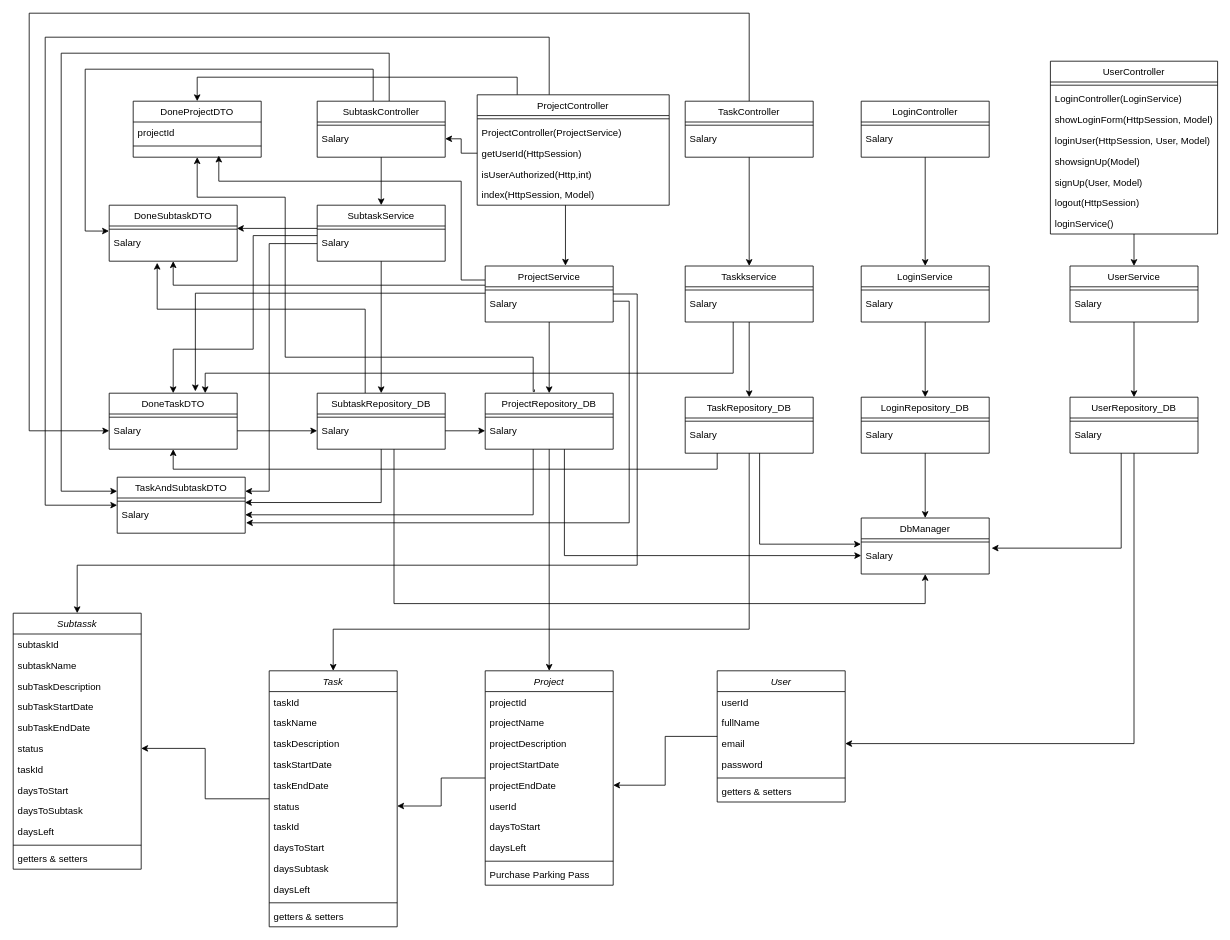
The draw.io diagram docs/Class_Diagram.drawio in Atributties/ProjectPeak, before the edit. Source tidied: cells renumbered, new cells numbered last; positions are measured from the earlier drawing's top-left corner, leaving out a move shared by most shapes. Both pictures are drawn from the tidied source at 80%, with x=0, y=0 at pixel (13, 13).
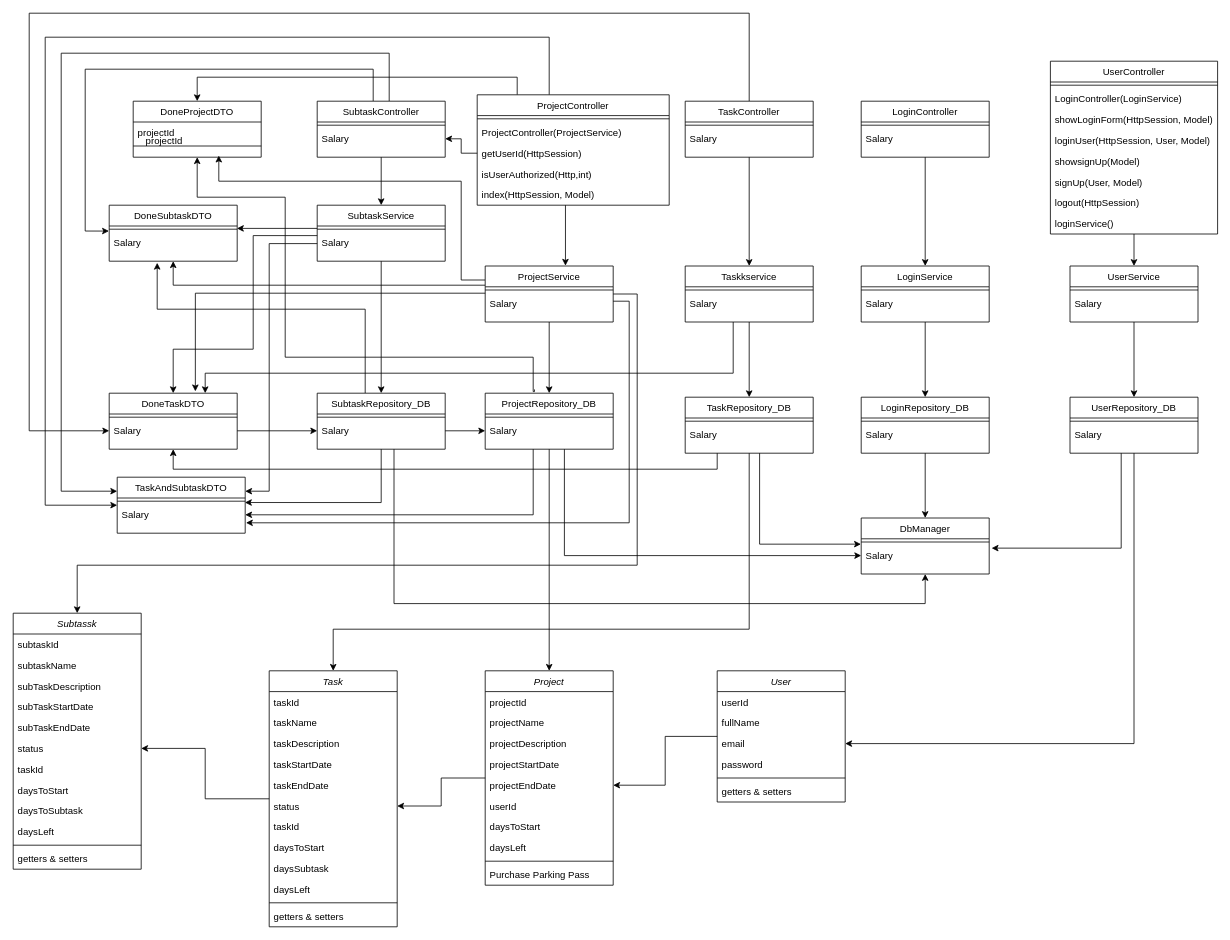
The same diagram, later.

Diff of the diagram source:
```diff
@@
+    <mxCell id="158" value="projectId" style="text;align=left;verticalAlign=top;spacingLeft=4;spacingRight=4;overflow=hidden;" parent="1" vertex="1">
+      <mxGeometry x="160" y="146" width="160" height="26" as="geometry" />
+    </mxCell>
```
